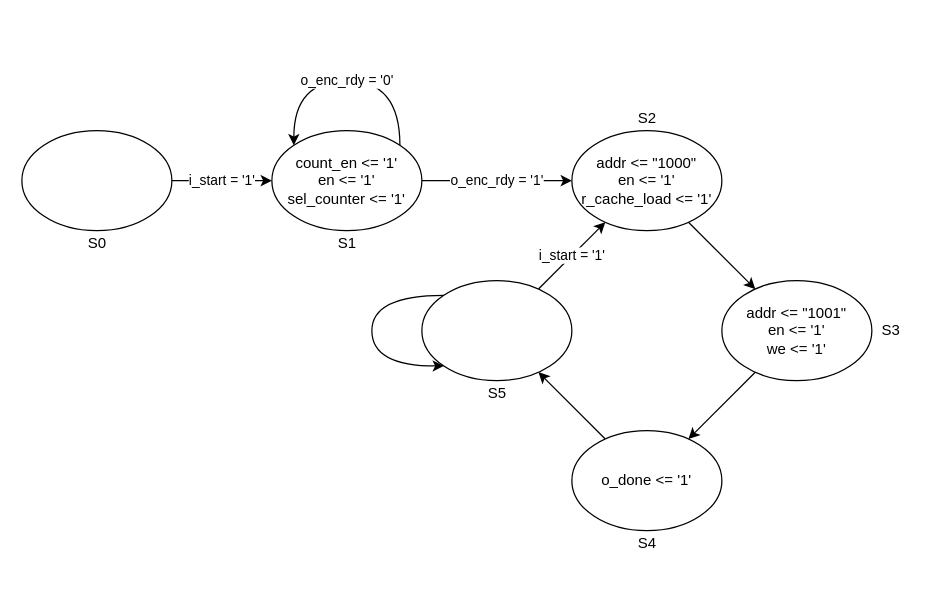
Earlier version of the draw.io diagram page "Page-2" (4 of 5) of schema.drawio (imDema/progetto_reti_logiche). Source tidied: cells renumbered, new cells numbered last; positions are measured from the earlier drawing's top-left corner, leaving out a move shared by most shapes. Both pictures are drawn from the tidied source at 125%, with x=0, y=0 at pixel (21, 80).
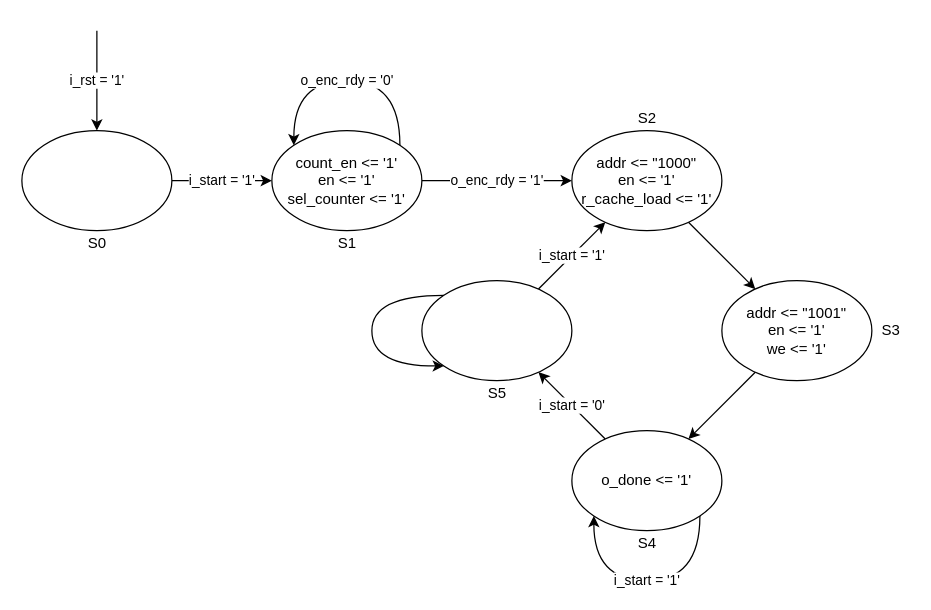
After the change.

The change refers to these unchanged cells:
```xml
<mxCell id="5" style="ellipse;whiteSpace=wrap;html=1;" parent="1" vertex="1">
  <mxGeometry x="320" y="160" width="120" height="80" as="geometry" />
</mxCell>
<mxCell id="14" value="o_done &amp;lt;= '1'" style="ellipse;whiteSpace=wrap;html=1;rounded=1;" parent="1" vertex="1">
  <mxGeometry x="440" y="280" width="120" height="80" as="geometry" />
</mxCell>
<mxCell id="15" style="ellipse;whiteSpace=wrap;html=1;" parent="1" vertex="1">
  <mxGeometry y="40" width="120" height="80" as="geometry" />
</mxCell>
```

Change to the diagram source:
```diff
@@
-    <mxCell id="13" style="edgeStyle=none;rounded=0;jettySize=auto;html=1;" parent="1" edge="1" source="14" target="5">
+    <mxCell id="13" value="i_start = '0'" style="edgeStyle=none;rounded=0;jettySize=auto;html=1;" parent="1" edge="1" source="14" target="5">
       <mxGeometry relative="1" as="geometry" />
     </mxCell>
@@
+    <mxCell id="22" value="i_start = '1'" style="edgeStyle=elbowEdgeStyle;orthogonalLoop=1;jettySize=auto;html=1;exitX=1;exitY=1;exitDx=0;exitDy=0;entryX=0;entryY=1;entryDx=0;entryDy=0;elbow=vertical;curved=1;" parent="1" edge="1" source="14" target="14">
+      <mxGeometry relative="1" as="geometry">
+        <Array as="points">
+          <mxPoint x="510" y="400" />
+        </Array>
+      </mxGeometry>
+    </mxCell>
+    <mxCell id="23" value="i_rst = '1'" style="endArrow=classic;html=1;entryX=0.5;entryY=0;entryDx=0;entryDy=0;" parent="1" edge="1" target="15">
+      <mxGeometry relative="1" as="geometry">
+        <mxPoint x="60" y="-40" as="sourcePoint" />
+      </mxGeometry>
+    </mxCell>
```
